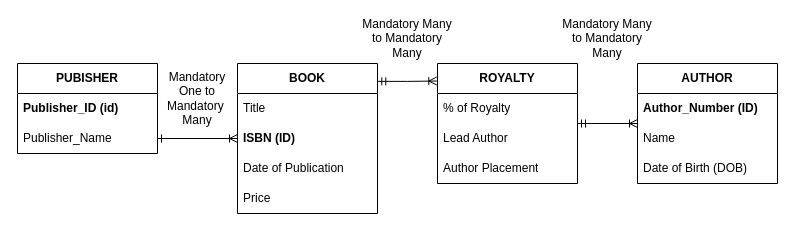
Earlier version of the draw.io diagram page "Problem 1" (1 of 2) of Jan29.drawio (robeeds/is380-drawio). Source tidied: cells renumbered, new cells numbered last; positions are measured from the earlier drawing's top-left corner, leaving out a move shared by most shapes. Both pictures are drawn from the tidied source at 100%, with x=0, y=0 at pixel (17, 23).
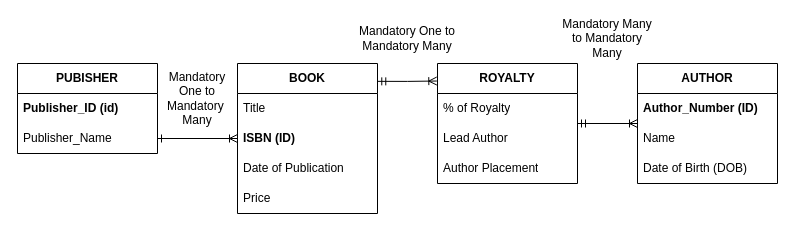
The same page after the edit.

What changed in the source:
```diff
@@
-    <mxCell id="17" value="Mandatory&lt;span style=&quot;background-color: transparent; color: light-dark(rgb(0, 0, 0), rgb(255, 255, 255));&quot;&gt;&amp;nbsp;Many to Mandatory Many&lt;/span&gt;" style="text;html=1;align=center;verticalAlign=middle;whiteSpace=wrap;rounded=0;" parent="1" vertex="1">
+    <mxCell id="17" value="Mandatory&lt;span style=&quot;background-color: transparent; color: light-dark(rgb(0, 0, 0), rgb(255, 255, 255));&quot;&gt;&amp;nbsp;One&lt;/span&gt;&lt;span style=&quot;background-color: transparent; color: light-dark(rgb(0, 0, 0), rgb(255, 255, 255));&quot;&gt;&amp;nbsp;to Mandatory Many&lt;/span&gt;" style="text;html=1;align=center;verticalAlign=middle;whiteSpace=wrap;rounded=0;" parent="1" vertex="1">
       <mxGeometry x="360" width="60" height="30" as="geometry" />
     </mxCell>
```
